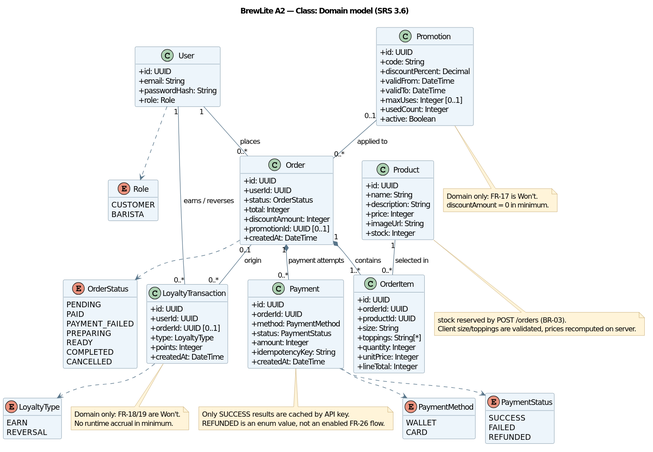
DuVinhLoi/BrewLite keeps this PlantUML diagram as docs/diagrams/class-domain.svg. Above is the earlier version.
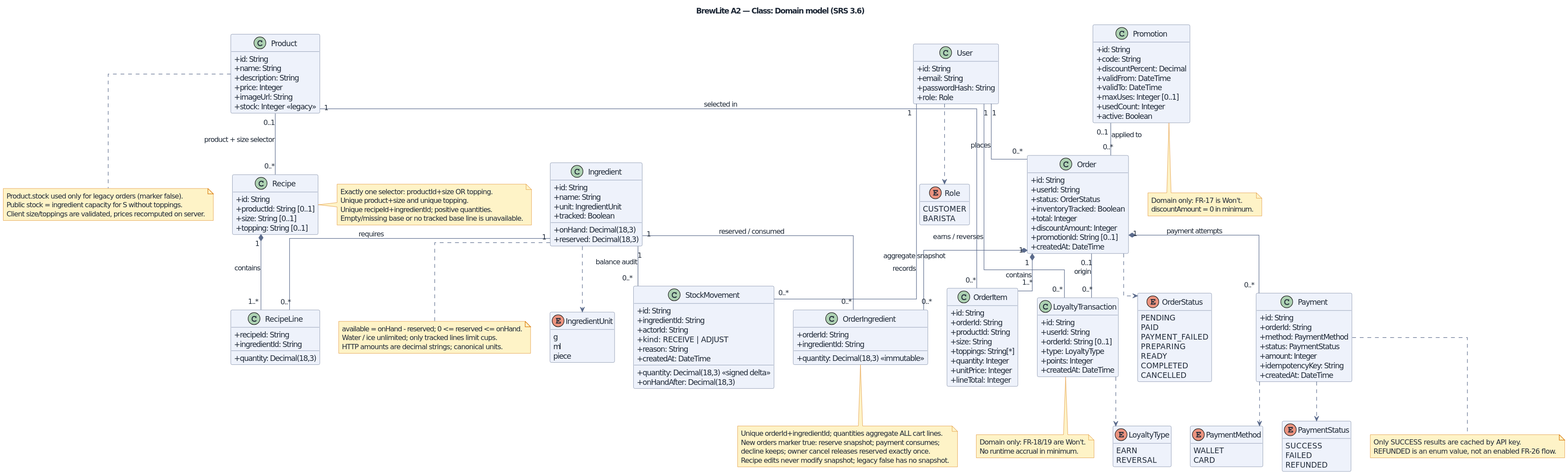
The same diagram one commit later.

Diff of the diagram source:
```diff
@@ -1,44 +1,58 @@
 @startuml
-!pragma layout smetana
+skinparam DefaultFontColor #1f2937
+skinparam ArrowColor #5b6b8c
+skinparam ArrowFontColor #1f2937
+skinparam PackageBackgroundColor #f8fafc
+skinparam PackageBorderColor #94a3b8
+skinparam ClassBackgroundColor #eef2fb
+skinparam ClassBorderColor #5b6b8c
+skinparam ClassFontColor #1f2937
+skinparam StateBackgroundColor #eef2fb
+skinparam StateBorderColor #5b6b8c
+skinparam StateFontColor #1f2937
+skinparam ComponentBackgroundColor #eef2fb
+skinparam ComponentBorderColor #5b6b8c
+skinparam SequenceParticipantBackgroundColor #eef2fb
+skinparam SequenceParticipantBorderColor #5b6b8c
+skinparam SequenceLifeLineBorderColor #5b6b8c
+skinparam NoteBackgroundColor #fef3c7
+skinparam NoteBorderColor #d97706
+skinparam NoteFontColor #1f2937
 skinparam shadowing false
 skinparam defaultFontName "DejaVu Sans"
 skinparam classAttributeIconSize 0
-skinparam ClassBackgroundColor #EDF5FB
-skinparam ClassBorderColor #58758A
-skinparam ArrowColor #58758A
-skinparam NoteBackgroundColor #FFF4D9
-skinparam NoteBorderColor #B99655
 skinparam linetype ortho
 hide empty members
 title BrewLite A2 — Class: Domain model (SRS 3.6)
 
 class User {
-  +id: UUID
+  +id: String
   +email: String
   +passwordHash: String
   +role: Role
 }
 class Product {
-  +id: UUID
+  +id: String
   +name: String
   +description: String
   +price: Integer
   +imageUrl: String
-  +stock: Integer
+  +stock: Integer <<legacy>>
 }
 class Order {
-  +id: UUID
-  +userId: UUID
+  +id: String
+  +userId: String
   +status: OrderStatus
+  +inventoryTracked: Boolean
   +total: Integer
   +discountAmount: Integer
-  +promotionId: UUID [0..1]
+  +promotionId: String [0..1]
   +createdAt: DateTime
 }
 class OrderItem {
-  +id: UUID
-  +orderId: UUID
-  +productId: UUID
+  +id: String
+  +orderId: String
+  +productId: String
   +size: String
   +toppings: String[*]
   +quantity: Integer
@@ -46,8 +60,8 @@
   +lineTotal: Integer
 }
 class Payment {
-  +id: UUID
-  +orderId: UUID
+  +id: String
+  +orderId: String
   +method: PaymentMethod
   +status: PaymentStatus
   +amount: Integer
@@ -55,7 +69,7 @@
   +createdAt: DateTime
 }
 class Promotion {
-  +id: UUID
+  +id: String
   +code: String
   +discountPercent: Decimal
   +validFrom: DateTime
@@ -65,9 +79,9 @@
   +active: Boolean
 }
 class LoyaltyTransaction {
-  +id: UUID
-  +userId: UUID
-  +orderId: UUID [0..1]
+  +id: String
+  +userId: String
+  +orderId: String [0..1]
   +type: LoyaltyType
   +points: Integer
   +createdAt: DateTime
@@ -115,7 +129,8 @@
 LoyaltyTransaction ..> LoyaltyType
 
 note bottom of Product
-  stock reserved by POST /orders (BR-03).
+  Product.stock used only for legacy orders (marker false).
+  Public stock = ingredient capacity for S without toppings.
   Client size/toppings are validated, prices recomputed on server.
 end note
 note bottom of Promotion
@@ -130,4 +145,68 @@
   Only SUCCESS results are cached by API key.
   REFUNDED is an enum value, not an enabled FR-26 flow.
 end note
+class Ingredient {
+  +id: String
+  +name: String
+  +unit: IngredientUnit
+  +tracked: Boolean
+  +onHand: Decimal(18,3)
+  +reserved: Decimal(18,3)
+}
+class Recipe {
+  +id: String
+  +productId: String [0..1]
+  +size: String [0..1]
+  +topping: String [0..1]
+}
+class RecipeLine {
+  +recipeId: String
+  +ingredientId: String
+  +quantity: Decimal(18,3)
+}
+class StockMovement {
+  +id: String
+  +ingredientId: String
+  +actorId: String
+  +kind: RECEIVE | ADJUST
+  +quantity: Decimal(18,3) <<signed delta>>
+  +onHandAfter: Decimal(18,3)
+  +reason: String
+  +createdAt: DateTime
+}
+class OrderIngredient {
+  +orderId: String
+  +ingredientId: String
+  +quantity: Decimal(18,3) <<immutable>>
+}
+enum IngredientUnit {
+  g
+  ml
+  piece
+}
+Product "0..1" -- "0..*" Recipe : product + size selector
+Recipe "1" *-- "1..*" RecipeLine : contains
+Ingredient "1" -- "0..*" RecipeLine : requires
+Ingredient "1" -- "0..*" StockMovement : balance audit
+User "1" -- "0..*" StockMovement : records
+Order "1" *-- "0..*" OrderIngredient : aggregate snapshot
+Ingredient "1" -- "0..*" OrderIngredient : reserved / consumed
+Ingredient ..> IngredientUnit
+note bottom of Ingredient
+  available = onHand - reserved; 0 <= reserved <= onHand.
+  Water / ice unlimited; only tracked lines limit cups.
+  HTTP amounts are decimal strings; canonical units.
+end note
+note right of Recipe
+  Exactly one selector: productId+size OR topping.
+  Unique product+size and unique topping.
+  Unique recipeId+ingredientId; positive quantities.
+  Empty/missing base or no tracked base line is unavailable.
+end note
+note bottom of OrderIngredient
+  Unique orderId+ingredientId; quantities aggregate ALL cart lines.
+  New orders marker true: reserve snapshot; payment consumes;
+  decline keeps; owner cancel releases reserved exactly once.
+  Recipe edits never modify snapshot; legacy false has no snapshot.
+end note
 @enduml
```
